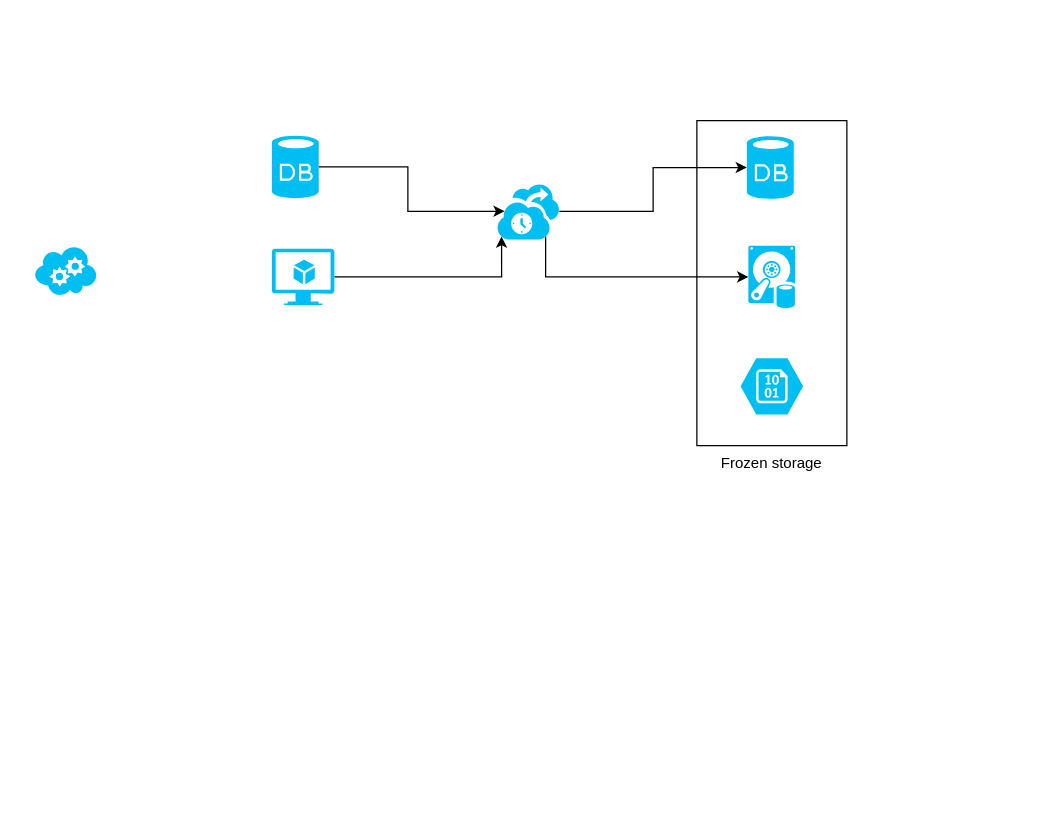
Earlier version of the draw.io diagram combiq/DataRetention.drawio (m1guel/diagrams). Source tidied: cells renumbered, new cells numbered last; positions are measured from the earlier drawing's top-left corner, leaving out a move shared by most shapes. Both pictures are drawn from the tidied source at 125%, with x=0, y=0 at pixel (34, 120).
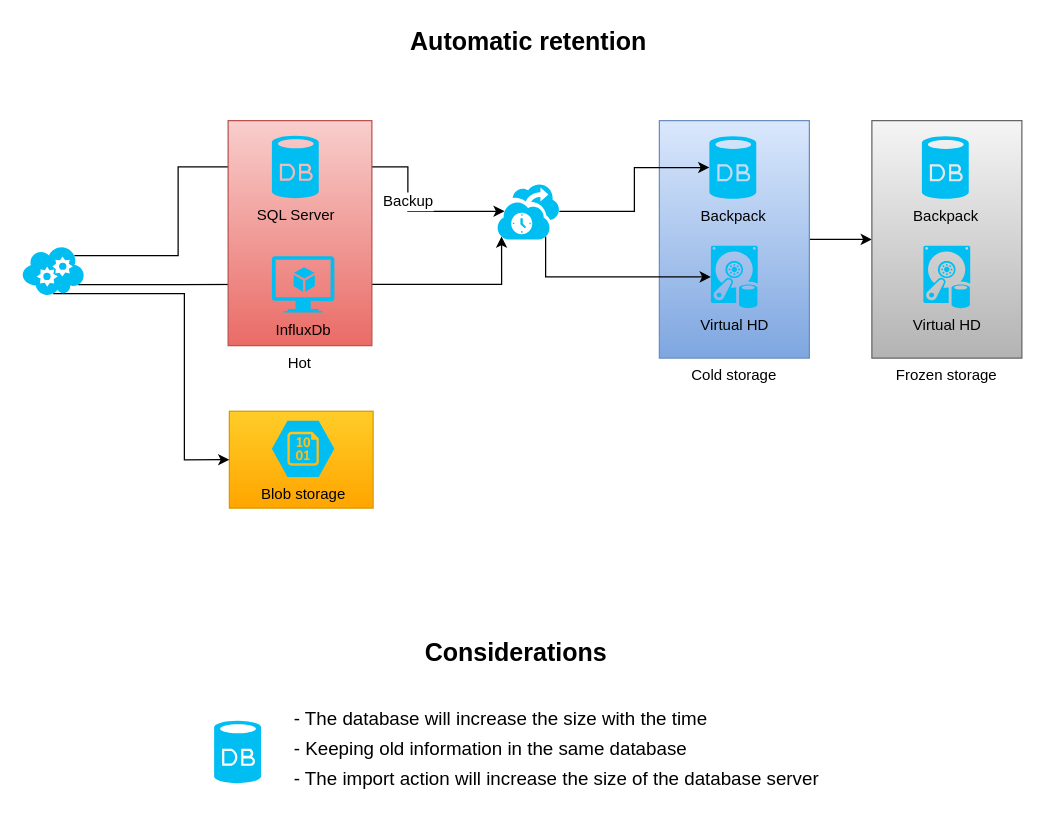
The same page after the edit.

The change refers to these unchanged cells:
```xml
<mxCell id="3" style="edgeStyle=orthogonalEdgeStyle;rounded=0;jettySize=auto;html=1;entryX=0.125;entryY=0.5;entryDx=0;entryDy=0;entryPerimeter=0;" parent="1" edge="1" source="4" target="7">
  <mxGeometry relative="1" as="geometry" />
</mxCell>
```

The edit, as a diff of the source:
```diff
@@
+    <mxCell id="14" style="rounded=0;whiteSpace=wrap;html=1;gradientColor=#ffa500;fillColor=#ffcd28;strokeColor=#d79b00;" parent="1" vertex="1">
+      <mxGeometry x="156" y="232.5" width="115" height="77.5" as="geometry" />
+    </mxCell>
+    <mxCell id="15" style="edgeStyle=orthogonalEdgeStyle;rounded=0;jettySize=auto;html=1;exitX=1;exitY=0.5;exitDx=0;exitDy=0;entryX=0;entryY=0.5;entryDx=0;entryDy=0;fontColor=#000000;" parent="1" edge="1" source="2" target="23">
+      <mxGeometry relative="1" as="geometry" />
+    </mxCell>
-    <mxCell id="2" value="Frozen storage" style="rounded=0;whiteSpace=wrap;html=1;labelPosition=center;verticalLabelPosition=bottom;align=center;verticalAlign=top;" parent="1" vertex="1">
-      <mxGeometry x="530" width="120" height="260" as="geometry" />
+    <mxCell id="2" value="Cold storage" style="rounded=0;whiteSpace=wrap;html=1;labelPosition=center;verticalLabelPosition=bottom;align=center;verticalAlign=top;gradientColor=#7ea6e0;fillColor=#dae8fc;strokeColor=#6c8ebf;" parent="1" vertex="1">
+      <mxGeometry x="500" width="120" height="190" as="geometry" />
     </mxCell>
@@
-    <mxCell id="4" style="verticalLabelPosition=bottom;html=1;verticalAlign=top;align=center;strokeColor=none;fillColor=#00BEF2;shape=mxgraph.azure.database;" parent="1" vertex="1">
-      <mxGeometry x="190" y="12" width="37.5" height="50" as="geometry" />
-    </mxCell>
+    <mxCell id="16" value="Backup" style="text;html=1;align=center;verticalAlign=middle;labelBackgroundColor=#ffffff;fontColor=#000000;" parent="3" vertex="1">
+      <mxGeometry x="0.07" relative="1" as="geometry" />
+    </mxCell>
@@
-    <mxCell id="8" style="verticalLabelPosition=bottom;html=1;verticalAlign=top;align=center;strokeColor=none;fillColor=#00BEF2;shape=mxgraph.azure.database;" parent="1" vertex="1">
-      <mxGeometry x="570" y="12.5" width="37.5" height="50" as="geometry" />
+    <mxCell id="8" value="Backpack" style="verticalLabelPosition=bottom;html=1;verticalAlign=top;align=center;strokeColor=none;fillColor=#00BEF2;shape=mxgraph.azure.database;" parent="1" vertex="1">
+      <mxGeometry x="540" y="12.5" width="37.5" height="50" as="geometry" />
     </mxCell>
-    <mxCell id="9" style="verticalLabelPosition=bottom;html=1;verticalAlign=top;align=center;strokeColor=none;fillColor=#00BEF2;shape=mxgraph.azure.storage_blob;" parent="1" vertex="1">
-      <mxGeometry x="565" y="190" width="50" height="45" as="geometry" />
+    <mxCell id="9" value="Blob storage" style="verticalLabelPosition=bottom;html=1;verticalAlign=top;align=center;strokeColor=none;fillColor=#00BEF2;shape=mxgraph.azure.storage_blob;" parent="1" vertex="1">
+      <mxGeometry x="190" y="240" width="50" height="45" as="geometry" />
     </mxCell>
+    <mxCell id="17" style="edgeStyle=orthogonalEdgeStyle;rounded=0;jettySize=auto;html=1;exitX=0.84;exitY=0.2;exitDx=0;exitDy=0;exitPerimeter=0;entryX=0;entryY=0.5;entryDx=0;entryDy=0;entryPerimeter=0;" parent="1" edge="1" source="10" target="4">
+      <mxGeometry relative="1" as="geometry" />
+    </mxCell>
+    <mxCell id="18" style="edgeStyle=orthogonalEdgeStyle;rounded=0;jettySize=auto;html=1;exitX=0.9;exitY=0.78;exitDx=0;exitDy=0;exitPerimeter=0;entryX=0;entryY=0.5;entryDx=0;entryDy=0;entryPerimeter=0;" parent="1" edge="1" source="10" target="13">
+      <mxGeometry relative="1" as="geometry" />
+    </mxCell>
+    <mxCell id="19" style="edgeStyle=orthogonalEdgeStyle;rounded=0;jettySize=auto;html=1;exitX=0.5;exitY=0.96;exitDx=0;exitDy=0;exitPerimeter=0;entryX=0;entryY=0.5;entryDx=0;entryDy=0;fontColor=#000000;" parent="1" edge="1" source="10" target="14">
+      <mxGeometry relative="1" as="geometry">
+        <Array as="points">
+          <mxPoint x="120" y="138" />
+          <mxPoint x="120" y="271" />
+        </Array>
+      </mxGeometry>
+    </mxCell>
     <mxCell id="10" style="verticalLabelPosition=bottom;html=1;verticalAlign=top;align=center;strokeColor=none;fillColor=#00BEF2;shape=mxgraph.azure.cloud_service;" parent="1" vertex="1">
-      <mxGeometry y="100" width="50" height="40" as="geometry" />
+      <mxGeometry x="-10" y="100" width="50" height="40" as="geometry" />
     </mxCell>
-    <mxCell id="11" style="verticalLabelPosition=bottom;html=1;verticalAlign=top;align=center;strokeColor=none;fillColor=#00BEF2;shape=mxgraph.azure.vhd_data_disk;" parent="1" vertex="1">
-      <mxGeometry x="571.2" y="100" width="37.5" height="50" as="geometry" />
+    <mxCell id="11" value="Virtual HD" style="verticalLabelPosition=bottom;html=1;verticalAlign=top;align=center;strokeColor=none;fillColor=#00BEF2;shape=mxgraph.azure.vhd_data_disk;" parent="1" vertex="1">
+      <mxGeometry x="541.2" y="100" width="37.5" height="50" as="geometry" />
     </mxCell>
@@
+    <mxCell id="20" style="group;fontColor=#000000;" parent="1" vertex="1">
+      <mxGeometry x="155" y="100" width="115" height="80" as="geometry" />
+    </mxCell>
+    <mxCell id="21" value="Hot" style="rounded=0;whiteSpace=wrap;html=1;fillColor=#f8cecc;strokeColor=#b85450;labelPosition=center;verticalLabelPosition=bottom;align=center;verticalAlign=top;gradientColor=#ea6b66;fontColor=#000000;" parent="20" vertex="1">
+      <mxGeometry y="-100" width="115" height="180" as="geometry" />
+    </mxCell>
-    <mxCell id="13" style="verticalLabelPosition=bottom;html=1;verticalAlign=top;align=center;strokeColor=none;fillColor=#00BEF2;shape=mxgraph.azure.virtual_machine_feature;" parent="1" vertex="1">
-      <mxGeometry x="190" y="102.5" width="50" height="45" as="geometry" />
+    <mxCell id="13" value="&lt;font&gt;InfluxDb&lt;/font&gt;" style="verticalLabelPosition=bottom;html=1;verticalAlign=top;align=center;strokeColor=none;fillColor=#00BEF2;shape=mxgraph.azure.virtual_machine_feature;fontColor=#000000;" parent="20" vertex="1">
+      <mxGeometry x="35" y="8.5" width="50" height="45" as="geometry" />
     </mxCell>
+    <mxCell id="4" value="SQL Server" style="verticalLabelPosition=bottom;html=1;verticalAlign=top;align=center;strokeColor=none;fillColor=#00BEF2;shape=mxgraph.azure.database;fontColor=#000000;" parent="1" vertex="1">
+      <mxGeometry x="190" y="12" width="37.5" height="50" as="geometry" />
+    </mxCell>
+    <mxCell id="22" value="Automatic retention" style="text;html=1;align=center;verticalAlign=middle;fontColor=#000000;fontSize=20;fontStyle=1;" parent="1" vertex="1">
+      <mxGeometry x="295" y="-79" width="200" height="30" as="geometry" />
+    </mxCell>
+    <mxCell id="23" value="Frozen storage" style="rounded=0;whiteSpace=wrap;html=1;labelPosition=center;verticalLabelPosition=bottom;align=center;verticalAlign=top;gradientColor=#b3b3b3;fillColor=#f5f5f5;strokeColor=#666666;" parent="1" vertex="1">
+      <mxGeometry x="670" width="120" height="190" as="geometry" />
+    </mxCell>
+    <mxCell id="24" value="Backpack" style="verticalLabelPosition=bottom;html=1;verticalAlign=top;align=center;strokeColor=none;fillColor=#00BEF2;shape=mxgraph.azure.database;" parent="1" vertex="1">
+      <mxGeometry x="710" y="12.5" width="37.5" height="50" as="geometry" />
+    </mxCell>
+    <mxCell id="25" value="Virtual HD" style="verticalLabelPosition=bottom;html=1;verticalAlign=top;align=center;strokeColor=none;fillColor=#00BEF2;shape=mxgraph.azure.vhd_data_disk;" parent="1" vertex="1">
+      <mxGeometry x="711.2" y="100" width="37.5" height="50" as="geometry" />
+    </mxCell>
+    <mxCell id="26" value="Considerations" style="text;html=1;align=center;verticalAlign=middle;fontSize=20;fontColor=#000000;fontStyle=1;" parent="1" vertex="1">
+      <mxGeometry x="305" y="410" width="160" height="30" as="geometry" />
+    </mxCell>
+    <mxCell id="27" style="verticalLabelPosition=bottom;html=1;verticalAlign=top;align=center;strokeColor=none;fillColor=#00BEF2;shape=mxgraph.azure.database;fontSize=20;fontColor=#000000;" parent="1" vertex="1">
+      <mxGeometry x="143.8" y="480" width="37.5" height="50" as="geometry" />
+    </mxCell>
+    <mxCell id="28" value="&lt;font style=&quot;font-size: 15px&quot;&gt;- The database will increase the size with the time&lt;br&gt;- Keeping old information in the same database&lt;br&gt;- The import action will increase the size of the database server&lt;br&gt;&lt;/font&gt;" style="text;html=1;align=left;verticalAlign=middle;fontSize=20;fontColor=#000000;" parent="1" vertex="1">
+      <mxGeometry x="206.2" y="460" width="440" height="80" as="geometry" />
+    </mxCell>
```
